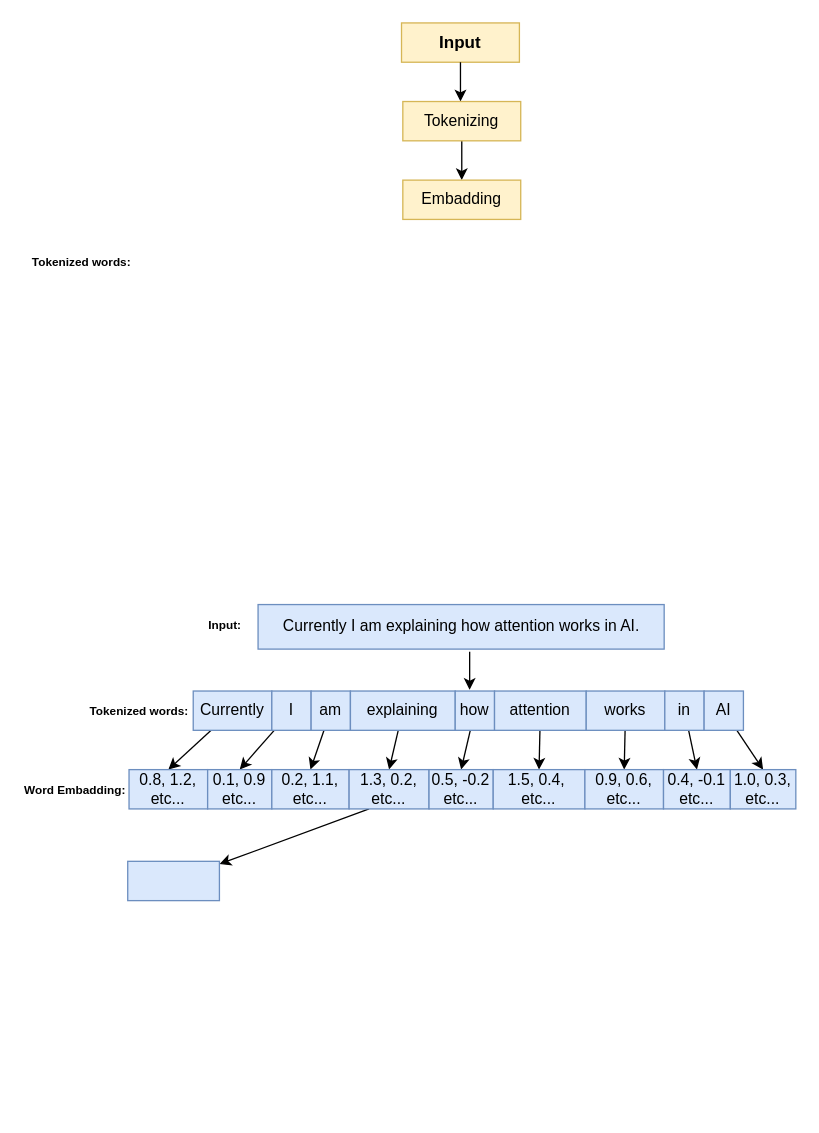
Before: test.drawio in YusuCoder/LLM-challenges, a draw.io diagram. Source tidied: cells renumbered, new cells numbered last; positions are measured from the earlier drawing's top-left corner, leaving out a move shared by most shapes. Both pictures are drawn from the tidied source at 131%, with x=0, y=0 at pixel (22, 22).
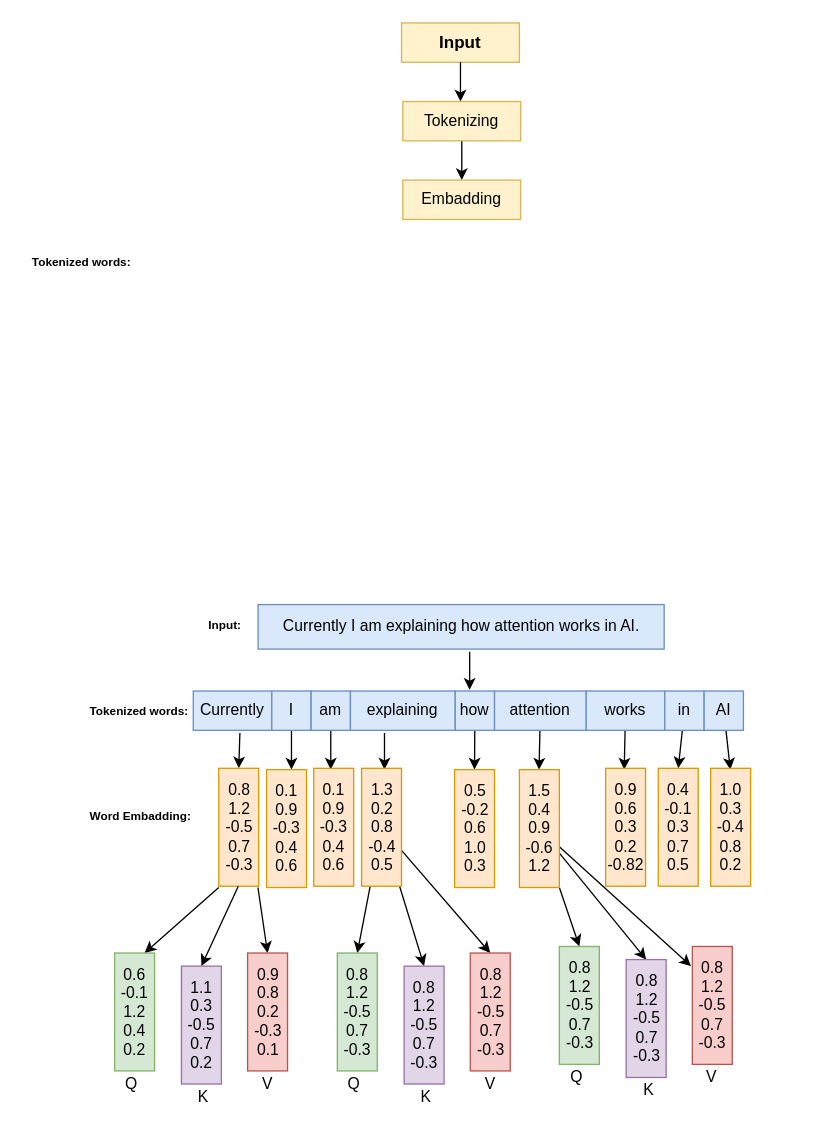
The same page after the edit.

Unchanged cells that the change refers to:
```xml
<mxCell id="6" value="Currently" style="rounded=0;whiteSpace=wrap;html=1;fillColor=#dae8fc;strokeColor=#6c8ebf;" parent="1" vertex="1">
  <mxGeometry x="130" y="510" width="60" height="30" as="geometry" />
</mxCell>
<mxCell id="8" value="I" style="rounded=0;whiteSpace=wrap;html=1;fillColor=#dae8fc;strokeColor=#6c8ebf;" parent="1" vertex="1">
  <mxGeometry x="190" y="510" width="30" height="30" as="geometry" />
</mxCell>
<mxCell id="10" value="am" style="rounded=0;whiteSpace=wrap;html=1;fillColor=#dae8fc;strokeColor=#6c8ebf;" parent="1" vertex="1">
  <mxGeometry x="220" y="510" width="30" height="30" as="geometry" />
</mxCell>
<mxCell id="12" value="explaining" style="rounded=0;whiteSpace=wrap;html=1;fillColor=#dae8fc;strokeColor=#6c8ebf;" parent="1" vertex="1">
  <mxGeometry x="250" y="510" width="80" height="30" as="geometry" />
</mxCell>
<mxCell id="14" value="how" style="rounded=0;whiteSpace=wrap;html=1;fillColor=#dae8fc;strokeColor=#6c8ebf;" parent="1" vertex="1">
  <mxGeometry x="330" y="510" width="30" height="30" as="geometry" />
</mxCell>
<mxCell id="16" value="attention" style="rounded=0;whiteSpace=wrap;html=1;fillColor=#dae8fc;strokeColor=#6c8ebf;" parent="1" vertex="1">
  <mxGeometry x="360" y="510" width="70" height="30" as="geometry" />
</mxCell>
<mxCell id="18" value="works" style="rounded=0;whiteSpace=wrap;html=1;fillColor=#dae8fc;strokeColor=#6c8ebf;" parent="1" vertex="1">
  <mxGeometry x="430" y="510" width="60" height="30" as="geometry" />
</mxCell>
<mxCell id="20" value="in" style="rounded=0;whiteSpace=wrap;html=1;fillColor=#dae8fc;strokeColor=#6c8ebf;" parent="1" vertex="1">
  <mxGeometry x="490" y="510" width="30" height="30" as="geometry" />
</mxCell>
<mxCell id="22" value="AI" style="rounded=0;whiteSpace=wrap;html=1;fillColor=#dae8fc;strokeColor=#6c8ebf;" parent="1" vertex="1">
  <mxGeometry x="520" y="510" width="30" height="30" as="geometry" />
</mxCell>
```

The edit, as a diff of the source:
```diff
@@
-    <mxCell id="5" style="edgeStyle=none;html=1;entryX=0.5;entryY=0;entryDx=0;entryDy=0;" parent="1" edge="1" source="6" target="31">
+    <mxCell id="5" style="edgeStyle=none;html=1;entryX=0.5;entryY=0;entryDx=0;entryDy=0;exitX=0.594;exitY=1.067;exitDx=0;exitDy=0;exitPerimeter=0;" parent="1" edge="1" source="6" target="42">
       <mxGeometry relative="1" as="geometry" />
     </mxCell>
@@
-    <mxCell id="7" style="edgeStyle=none;html=1;entryX=0.5;entryY=0;entryDx=0;entryDy=0;" parent="1" edge="1" source="8" target="32">
-      <mxGeometry relative="1" as="geometry" />
+    <mxCell id="7" style="edgeStyle=none;html=1;" parent="1" edge="1" source="8">
+      <mxGeometry relative="1" as="geometry">
+        <mxPoint x="205" y="570" as="targetPoint" />
+      </mxGeometry>
     </mxCell>
@@
-    <mxCell id="9" style="edgeStyle=none;html=1;entryX=0.5;entryY=0;entryDx=0;entryDy=0;" parent="1" edge="1" source="10" target="33">
-      <mxGeometry relative="1" as="geometry" />
+    <mxCell id="9" style="edgeStyle=none;html=1;" parent="1" edge="1" source="10">
+      <mxGeometry relative="1" as="geometry">
+        <mxPoint x="235" y="570" as="targetPoint" />
+      </mxGeometry>
     </mxCell>
@@
-    <mxCell id="11" style="edgeStyle=none;html=1;entryX=0.5;entryY=0;entryDx=0;entryDy=0;" parent="1" edge="1" source="12" target="35">
-      <mxGeometry relative="1" as="geometry" />
+    <mxCell id="11" style="edgeStyle=none;html=1;exitX=0.325;exitY=1.067;exitDx=0;exitDy=0;exitPerimeter=0;" parent="1" edge="1" source="12">
+      <mxGeometry relative="1" as="geometry">
+        <mxPoint x="276" y="570" as="targetPoint" />
+      </mxGeometry>
     </mxCell>
@@
-    <mxCell id="13" style="edgeStyle=none;html=1;entryX=0.5;entryY=0;entryDx=0;entryDy=0;" parent="1" edge="1" source="14" target="36">
+    <mxCell id="13" style="edgeStyle=none;html=1;entryX=0.5;entryY=0;entryDx=0;entryDy=0;" parent="1" edge="1" source="14" target="49">
       <mxGeometry relative="1" as="geometry" />
     </mxCell>
@@
-    <mxCell id="15" style="edgeStyle=none;html=1;entryX=0.5;entryY=0;entryDx=0;entryDy=0;" parent="1" edge="1" source="16" target="37">
-      <mxGeometry relative="1" as="geometry" />
+    <mxCell id="15" style="edgeStyle=none;html=1;entryX=0.5;entryY=0;entryDx=0;entryDy=0;" parent="1" edge="1" source="16">
+      <mxGeometry relative="1" as="geometry">
+        <mxPoint x="394" y="570" as="targetPoint" />
+      </mxGeometry>
     </mxCell>
@@
-    <mxCell id="17" style="edgeStyle=none;html=1;entryX=0.5;entryY=0;entryDx=0;entryDy=0;" parent="1" edge="1" source="18" target="38">
-      <mxGeometry relative="1" as="geometry" />
+    <mxCell id="17" style="edgeStyle=none;html=1;entryX=0.5;entryY=0;entryDx=0;entryDy=0;" parent="1" edge="1" source="18">
+      <mxGeometry relative="1" as="geometry">
+        <mxPoint x="459" y="570" as="targetPoint" />
+      </mxGeometry>
     </mxCell>
@@
-    <mxCell id="19" style="edgeStyle=none;html=1;entryX=0.5;entryY=0;entryDx=0;entryDy=0;" parent="1" edge="1" source="20" target="39">
+    <mxCell id="19" style="edgeStyle=none;html=1;entryX=0.5;entryY=0;entryDx=0;entryDy=0;" parent="1" edge="1" source="20" target="55">
       <mxGeometry relative="1" as="geometry" />
     </mxCell>
@@
-    <mxCell id="21" style="edgeStyle=none;html=1;entryX=0.5;entryY=0;entryDx=0;entryDy=0;" parent="1" edge="1" source="22" target="40">
-      <mxGeometry relative="1" as="geometry" />
+    <mxCell id="21" style="edgeStyle=none;html=1;" parent="1" edge="1" source="22">
+      <mxGeometry relative="1" as="geometry">
+        <mxPoint x="540" y="570" as="targetPoint" />
+      </mxGeometry>
     </mxCell>
@@
     <mxCell id="30" value="&lt;b&gt;&lt;font style=&quot;font-size: 9px;&quot;&gt;Word Embadding:&lt;/font&gt;&lt;/b&gt;" style="text;html=1;align=center;verticalAlign=middle;whiteSpace=wrap;rounded=0;" parent="1" vertex="1">
-      <mxGeometry y="570" width="80" height="30" as="geometry" />
+      <mxGeometry x="50" y="590" width="80" height="30" as="geometry" />
     </mxCell>
-    <mxCell id="31" value="0.8, 1.2, etc..." style="rounded=0;whiteSpace=wrap;html=1;fillColor=#dae8fc;strokeColor=#6c8ebf;" parent="1" vertex="1">
-      <mxGeometry x="81" y="570" width="60" height="30" as="geometry" />
-    </mxCell>
-    <mxCell id="32" value="0.1, 0.9&lt;div&gt;etc...&lt;/div&gt;" style="rounded=0;whiteSpace=wrap;html=1;fillColor=#dae8fc;strokeColor=#6c8ebf;" parent="1" vertex="1">
-      <mxGeometry x="141" y="570" width="49" height="30" as="geometry" />
-    </mxCell>
-    <mxCell id="33" value="0.2, 1.1,&lt;div&gt;etc...&lt;/div&gt;" style="rounded=0;whiteSpace=wrap;html=1;fillColor=#dae8fc;strokeColor=#6c8ebf;" parent="1" vertex="1">
-      <mxGeometry x="190" y="570" width="59" height="30" as="geometry" />
-    </mxCell>
-    <mxCell id="34" style="edgeStyle=none;html=1;exitX=0.25;exitY=1;exitDx=0;exitDy=0;" parent="1" edge="1" source="35" target="41">
-      <mxGeometry relative="1" as="geometry" />
-    </mxCell>
-    <mxCell id="35" value="1.3, 0.2,&lt;div&gt;etc...&lt;/div&gt;" style="rounded=0;whiteSpace=wrap;html=1;fillColor=#dae8fc;strokeColor=#6c8ebf;" parent="1" vertex="1">
-      <mxGeometry x="249" y="570" width="61" height="30" as="geometry" />
-    </mxCell>
-    <mxCell id="36" value="0.5, -0.2&lt;div&gt;etc...&lt;/div&gt;" style="rounded=0;whiteSpace=wrap;html=1;fillColor=#dae8fc;strokeColor=#6c8ebf;" parent="1" vertex="1">
-      <mxGeometry x="310" y="570" width="49" height="30" as="geometry" />
-    </mxCell>
-    <mxCell id="37" value="1.5, 0.4,&amp;nbsp;&lt;div&gt;etc...&lt;/div&gt;" style="rounded=0;whiteSpace=wrap;html=1;fillColor=#dae8fc;strokeColor=#6c8ebf;" parent="1" vertex="1">
-      <mxGeometry x="359" y="570" width="70" height="30" as="geometry" />
-    </mxCell>
-    <mxCell id="38" value="0.9, 0.6,&lt;div&gt;etc...&lt;/div&gt;" style="rounded=0;whiteSpace=wrap;html=1;fillColor=#dae8fc;strokeColor=#6c8ebf;" parent="1" vertex="1">
-      <mxGeometry x="429" y="570" width="60" height="30" as="geometry" />
-    </mxCell>
-    <mxCell id="39" value="0.4, -0.1&lt;div&gt;etc...&lt;/div&gt;" style="rounded=0;whiteSpace=wrap;html=1;fillColor=#dae8fc;strokeColor=#6c8ebf;" parent="1" vertex="1">
-      <mxGeometry x="489" y="570" width="51" height="30" as="geometry" />
-    </mxCell>
-    <mxCell id="40" value="1.0, 0.3,&lt;div&gt;etc...&lt;/div&gt;" style="rounded=0;whiteSpace=wrap;html=1;fillColor=#dae8fc;strokeColor=#6c8ebf;" parent="1" vertex="1">
-      <mxGeometry x="540" y="570" width="50" height="30" as="geometry" />
-    </mxCell>
-    <mxCell id="41" value="&amp;nbsp;" style="whiteSpace=wrap;html=1;fillColor=#dae8fc;strokeColor=#6c8ebf;rounded=0;" parent="1" vertex="1">
-      <mxGeometry x="80" y="640" width="70" height="30" as="geometry" />
-    </mxCell>
+    <mxCell id="42" value="0.8&lt;div&gt;1.2&lt;/div&gt;&lt;div&gt;-0.5&lt;/div&gt;&lt;div&gt;0.7&lt;/div&gt;&lt;div&gt;-0.3&lt;/div&gt;" style="text;html=1;align=center;verticalAlign=middle;whiteSpace=wrap;rounded=0;fillColor=#ffe6cc;strokeColor=#d79b00;" parent="1" vertex="1">
+      <mxGeometry x="149.5" y="569" width="30.5" height="90" as="geometry" />
+    </mxCell>
+    <mxCell id="43" value="0.1&lt;div&gt;0.9&lt;/div&gt;&lt;div&gt;-0.3&lt;/div&gt;&lt;div&gt;0.4&lt;/div&gt;&lt;div&gt;0.6&lt;/div&gt;" style="text;html=1;align=center;verticalAlign=middle;whiteSpace=wrap;rounded=0;fillColor=#ffe6cc;strokeColor=#d79b00;" parent="1" vertex="1">
+      <mxGeometry x="186" y="570" width="30.5" height="90" as="geometry" />
+    </mxCell>
+    <mxCell id="44" value="0.1&lt;div&gt;0.9&lt;/div&gt;&lt;div&gt;-0.3&lt;/div&gt;&lt;div&gt;0.4&lt;/div&gt;&lt;div&gt;0.6&lt;/div&gt;" style="text;html=1;align=center;verticalAlign=middle;whiteSpace=wrap;rounded=0;fillColor=#ffe6cc;strokeColor=#d79b00;" parent="1" vertex="1">
+      <mxGeometry x="222" y="569" width="30.5" height="90" as="geometry" />
+    </mxCell>
+    <mxCell id="45" style="edgeStyle=none;html=1;entryX=0.5;entryY=0;entryDx=0;entryDy=0;" parent="1" edge="1" source="48" target="66">
+      <mxGeometry relative="1" as="geometry" />
+    </mxCell>
+    <mxCell id="46" style="edgeStyle=none;html=1;entryX=0.5;entryY=0;entryDx=0;entryDy=0;" parent="1" edge="1" source="48" target="67">
+      <mxGeometry relative="1" as="geometry" />
+    </mxCell>
+    <mxCell id="47" style="edgeStyle=none;html=1;entryX=0.5;entryY=0;entryDx=0;entryDy=0;" parent="1" edge="1" source="48" target="68">
+      <mxGeometry relative="1" as="geometry" />
+    </mxCell>
+    <mxCell id="48" value="1.3&lt;div&gt;0.2&lt;/div&gt;&lt;div&gt;0.8&lt;/div&gt;&lt;div&gt;-0.4&lt;/div&gt;&lt;div&gt;0.5&lt;/div&gt;" style="text;html=1;align=center;verticalAlign=middle;whiteSpace=wrap;rounded=0;fillColor=#ffe6cc;strokeColor=#d79b00;" parent="1" vertex="1">
+      <mxGeometry x="258.5" y="569" width="30.5" height="90" as="geometry" />
+    </mxCell>
+    <mxCell id="49" value="0.5&lt;div&gt;-0.2&lt;/div&gt;&lt;div&gt;0.6&lt;/div&gt;&lt;div&gt;1.0&lt;/div&gt;&lt;div&gt;0.3&lt;/div&gt;" style="text;html=1;align=center;verticalAlign=middle;whiteSpace=wrap;rounded=0;fillColor=#ffe6cc;strokeColor=#d79b00;" parent="1" vertex="1">
+      <mxGeometry x="329.5" y="570" width="30.5" height="90" as="geometry" />
+    </mxCell>
+    <mxCell id="50" style="edgeStyle=none;html=1;entryX=0.5;entryY=0;entryDx=0;entryDy=0;" parent="1" edge="1" source="53" target="72">
+      <mxGeometry relative="1" as="geometry" />
+    </mxCell>
+    <mxCell id="51" style="edgeStyle=none;html=1;entryX=0.5;entryY=0;entryDx=0;entryDy=0;" parent="1" edge="1" source="53" target="73">
+      <mxGeometry relative="1" as="geometry" />
+    </mxCell>
+    <mxCell id="52" style="edgeStyle=none;html=1;" parent="1" edge="1" source="53">
+      <mxGeometry relative="1" as="geometry">
+        <mxPoint x="510" y="720" as="targetPoint" />
+      </mxGeometry>
+    </mxCell>
+    <mxCell id="53" value="1.5&lt;div&gt;0.4&lt;/div&gt;&lt;div&gt;0.9&lt;/div&gt;&lt;div&gt;-0.6&lt;/div&gt;&lt;div&gt;1.2&lt;/div&gt;" style="text;html=1;align=center;verticalAlign=middle;whiteSpace=wrap;rounded=0;fillColor=#ffe6cc;strokeColor=#d79b00;" parent="1" vertex="1">
+      <mxGeometry x="379" y="570" width="30.5" height="90" as="geometry" />
+    </mxCell>
+    <mxCell id="54" value="0.9&lt;div&gt;0.6&lt;/div&gt;&lt;div&gt;0.3&lt;/div&gt;&lt;div&gt;0.2&lt;/div&gt;&lt;div&gt;-0.82&lt;/div&gt;" style="text;html=1;align=center;verticalAlign=middle;whiteSpace=wrap;rounded=0;fillColor=#ffe6cc;strokeColor=#d79b00;" parent="1" vertex="1">
+      <mxGeometry x="444.8" y="569" width="30.5" height="90" as="geometry" />
+    </mxCell>
+    <mxCell id="55" value="0.4&lt;div&gt;-0.1&lt;/div&gt;&lt;div&gt;0.3&lt;/div&gt;&lt;div&gt;0.7&lt;/div&gt;&lt;div&gt;0.5&lt;/div&gt;" style="text;html=1;align=center;verticalAlign=middle;whiteSpace=wrap;rounded=0;fillColor=#ffe6cc;strokeColor=#d79b00;" parent="1" vertex="1">
+      <mxGeometry x="485" y="569" width="30.5" height="90" as="geometry" />
+    </mxCell>
+    <mxCell id="56" value="1.0&lt;div&gt;0.3&lt;/div&gt;&lt;div&gt;-0.4&lt;/div&gt;&lt;div&gt;0.8&lt;/div&gt;&lt;div&gt;0.2&lt;/div&gt;" style="text;html=1;align=center;verticalAlign=middle;whiteSpace=wrap;rounded=0;fillColor=#ffe6cc;strokeColor=#d79b00;" parent="1" vertex="1">
+      <mxGeometry x="525" y="569" width="30.5" height="90" as="geometry" />
+    </mxCell>
+    <mxCell id="57" style="endArrow=classic;html=1;entryX=0.75;entryY=0;entryDx=0;entryDy=0;" parent="1" edge="1" target="60">
+      <mxGeometry relative="1" as="geometry">
+        <mxPoint x="149.5" y="660" as="sourcePoint" />
+      </mxGeometry>
+    </mxCell>
+    <mxCell id="58" style="endArrow=classic;html=1;entryX=0.5;entryY=0;entryDx=0;entryDy=0;" parent="1" edge="1" target="61">
+      <mxGeometry relative="1" as="geometry">
+        <mxPoint x="164.4" y="659" as="sourcePoint" />
+      </mxGeometry>
+    </mxCell>
+    <mxCell id="59" style="endArrow=classic;html=1;entryX=0.5;entryY=0;entryDx=0;entryDy=0;" parent="1" edge="1" target="62">
+      <mxGeometry relative="1" as="geometry">
+        <mxPoint x="179.4" y="660" as="sourcePoint" />
+      </mxGeometry>
+    </mxCell>
+    <mxCell id="60" value="0.6&lt;div&gt;-0.1&lt;/div&gt;&lt;div&gt;1.2&lt;/div&gt;&lt;div&gt;0.4&lt;/div&gt;&lt;div&gt;0.2&lt;/div&gt;" style="text;html=1;align=center;verticalAlign=middle;whiteSpace=wrap;rounded=0;fillColor=#d5e8d4;strokeColor=#82b366;" parent="1" vertex="1">
+      <mxGeometry x="70" y="710" width="30.5" height="90" as="geometry" />
+    </mxCell>
+    <mxCell id="61" value="1.1&lt;div&gt;0.3&lt;/div&gt;&lt;div&gt;-0.5&lt;/div&gt;&lt;div&gt;0.7&lt;/div&gt;&lt;div&gt;0.2&lt;/div&gt;" style="text;html=1;align=center;verticalAlign=middle;whiteSpace=wrap;rounded=0;fillColor=#e1d5e7;strokeColor=#9673a6;" parent="1" vertex="1">
+      <mxGeometry x="121" y="720" width="30.5" height="90" as="geometry" />
+    </mxCell>
+    <mxCell id="62" value="0.9&lt;div&gt;0.8&lt;/div&gt;&lt;div&gt;0.2&lt;/div&gt;&lt;div&gt;-0.3&lt;/div&gt;&lt;div&gt;0.1&lt;/div&gt;" style="text;html=1;align=center;verticalAlign=middle;whiteSpace=wrap;rounded=0;fillColor=#f8cecc;strokeColor=#b85450;" parent="1" vertex="1">
+      <mxGeometry x="171.5" y="710" width="30.5" height="90" as="geometry" />
+    </mxCell>
+    <mxCell id="63" value="Q" style="text;html=1;align=center;verticalAlign=middle;whiteSpace=wrap;rounded=0;" parent="1" vertex="1">
+      <mxGeometry x="70" y="800" width="26.2" height="20" as="geometry" />
+    </mxCell>
+    <mxCell id="64" value="K" style="text;html=1;align=center;verticalAlign=middle;whiteSpace=wrap;rounded=0;" parent="1" vertex="1">
+      <mxGeometry x="125.2" y="810" width="26.2" height="20" as="geometry" />
+    </mxCell>
+    <mxCell id="65" value="V" style="text;html=1;align=center;verticalAlign=middle;whiteSpace=wrap;rounded=0;" parent="1" vertex="1">
+      <mxGeometry x="173.6" y="800" width="26.2" height="20" as="geometry" />
+    </mxCell>
+    <mxCell id="66" value="0.8&lt;div&gt;1.2&lt;/div&gt;&lt;div&gt;-0.5&lt;/div&gt;&lt;div&gt;0.7&lt;/div&gt;&lt;div&gt;-0.3&lt;/div&gt;" style="text;html=1;align=center;verticalAlign=middle;whiteSpace=wrap;rounded=0;fillColor=#d5e8d4;strokeColor=#82b366;" parent="1" vertex="1">
+      <mxGeometry x="240" y="710" width="30.5" height="90" as="geometry" />
+    </mxCell>
+    <mxCell id="67" value="0.8&lt;div&gt;1.2&lt;/div&gt;&lt;div&gt;-0.5&lt;/div&gt;&lt;div&gt;0.7&lt;/div&gt;&lt;div&gt;-0.3&lt;/div&gt;" style="text;html=1;align=center;verticalAlign=middle;whiteSpace=wrap;rounded=0;fillColor=#e1d5e7;strokeColor=#9673a6;" parent="1" vertex="1">
+      <mxGeometry x="291" y="720" width="30.5" height="90" as="geometry" />
+    </mxCell>
+    <mxCell id="68" value="0.8&lt;div&gt;1.2&lt;/div&gt;&lt;div&gt;-0.5&lt;/div&gt;&lt;div&gt;0.7&lt;/div&gt;&lt;div&gt;-0.3&lt;/div&gt;" style="text;html=1;align=center;verticalAlign=middle;whiteSpace=wrap;rounded=0;fillColor=#f8cecc;strokeColor=#b85450;" parent="1" vertex="1">
+      <mxGeometry x="341.5" y="710" width="30.5" height="90" as="geometry" />
+    </mxCell>
+    <mxCell id="69" value="Q" style="text;html=1;align=center;verticalAlign=middle;whiteSpace=wrap;rounded=0;" parent="1" vertex="1">
+      <mxGeometry x="240" y="800" width="26.2" height="20" as="geometry" />
+    </mxCell>
+    <mxCell id="70" value="K" style="text;html=1;align=center;verticalAlign=middle;whiteSpace=wrap;rounded=0;" parent="1" vertex="1">
+      <mxGeometry x="295.2" y="810" width="26.2" height="20" as="geometry" />
+    </mxCell>
+    <mxCell id="71" value="V" style="text;html=1;align=center;verticalAlign=middle;whiteSpace=wrap;rounded=0;" parent="1" vertex="1">
+      <mxGeometry x="343.6" y="800" width="26.4" height="20" as="geometry" />
+    </mxCell>
+    <mxCell id="72" value="0.8&lt;div&gt;1.2&lt;/div&gt;&lt;div&gt;-0.5&lt;/div&gt;&lt;div&gt;0.7&lt;/div&gt;&lt;div&gt;-0.3&lt;/div&gt;" style="text;html=1;align=center;verticalAlign=middle;whiteSpace=wrap;rounded=0;fillColor=#d5e8d4;strokeColor=#82b366;" parent="1" vertex="1">
+      <mxGeometry x="409.5" y="705" width="30.5" height="90" as="geometry" />
+    </mxCell>
+    <mxCell id="73" value="0.8&lt;div&gt;1.2&lt;/div&gt;&lt;div&gt;-0.5&lt;/div&gt;&lt;div&gt;0.7&lt;/div&gt;&lt;div&gt;-0.3&lt;/div&gt;" style="text;html=1;align=center;verticalAlign=middle;whiteSpace=wrap;rounded=0;fillColor=#e1d5e7;strokeColor=#9673a6;" parent="1" vertex="1">
+      <mxGeometry x="460.5" y="715" width="30.5" height="90" as="geometry" />
+    </mxCell>
+    <mxCell id="74" value="0.8&lt;div&gt;1.2&lt;/div&gt;&lt;div&gt;-0.5&lt;/div&gt;&lt;div&gt;0.7&lt;/div&gt;&lt;div&gt;-0.3&lt;/div&gt;" style="text;html=1;align=center;verticalAlign=middle;whiteSpace=wrap;rounded=0;fillColor=#f8cecc;strokeColor=#b85450;" parent="1" vertex="1">
+      <mxGeometry x="511" y="705" width="30.5" height="90" as="geometry" />
+    </mxCell>
+    <mxCell id="75" value="Q" style="text;html=1;align=center;verticalAlign=middle;whiteSpace=wrap;rounded=0;" parent="1" vertex="1">
+      <mxGeometry x="409.5" y="795" width="26.2" height="20" as="geometry" />
+    </mxCell>
+    <mxCell id="76" value="K" style="text;html=1;align=center;verticalAlign=middle;whiteSpace=wrap;rounded=0;" parent="1" vertex="1">
+      <mxGeometry x="464.8" y="805" width="26.2" height="20" as="geometry" />
+    </mxCell>
+    <mxCell id="77" value="V" style="text;html=1;align=center;verticalAlign=middle;whiteSpace=wrap;rounded=0;" parent="1" vertex="1">
+      <mxGeometry x="513.1" y="795" width="26.4" height="20" as="geometry" />
+    </mxCell>
```
